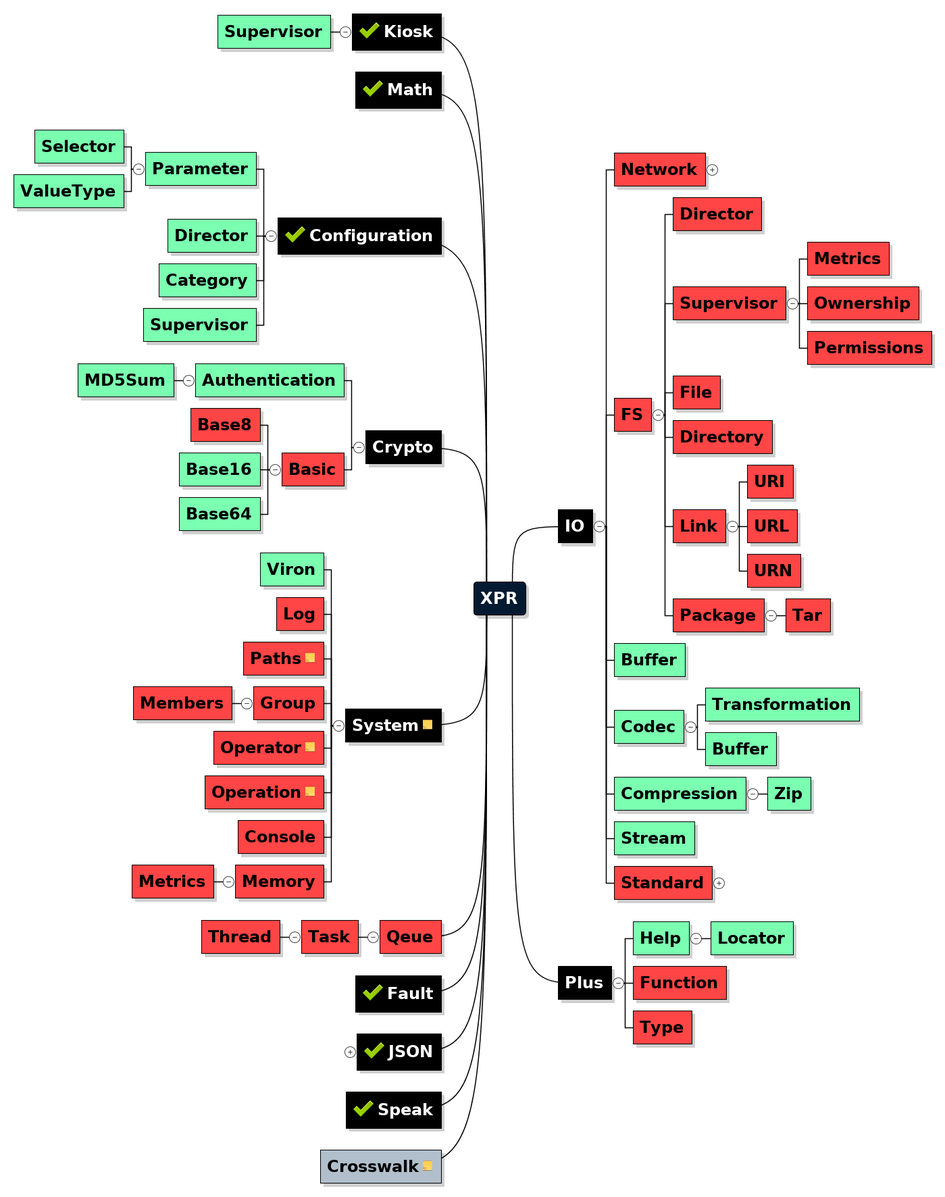
Above: XPR-MAP.png in hypersoft/XPR (Mermaid), before the change. Its source is kept beside it as XPR-MAP.mmd.
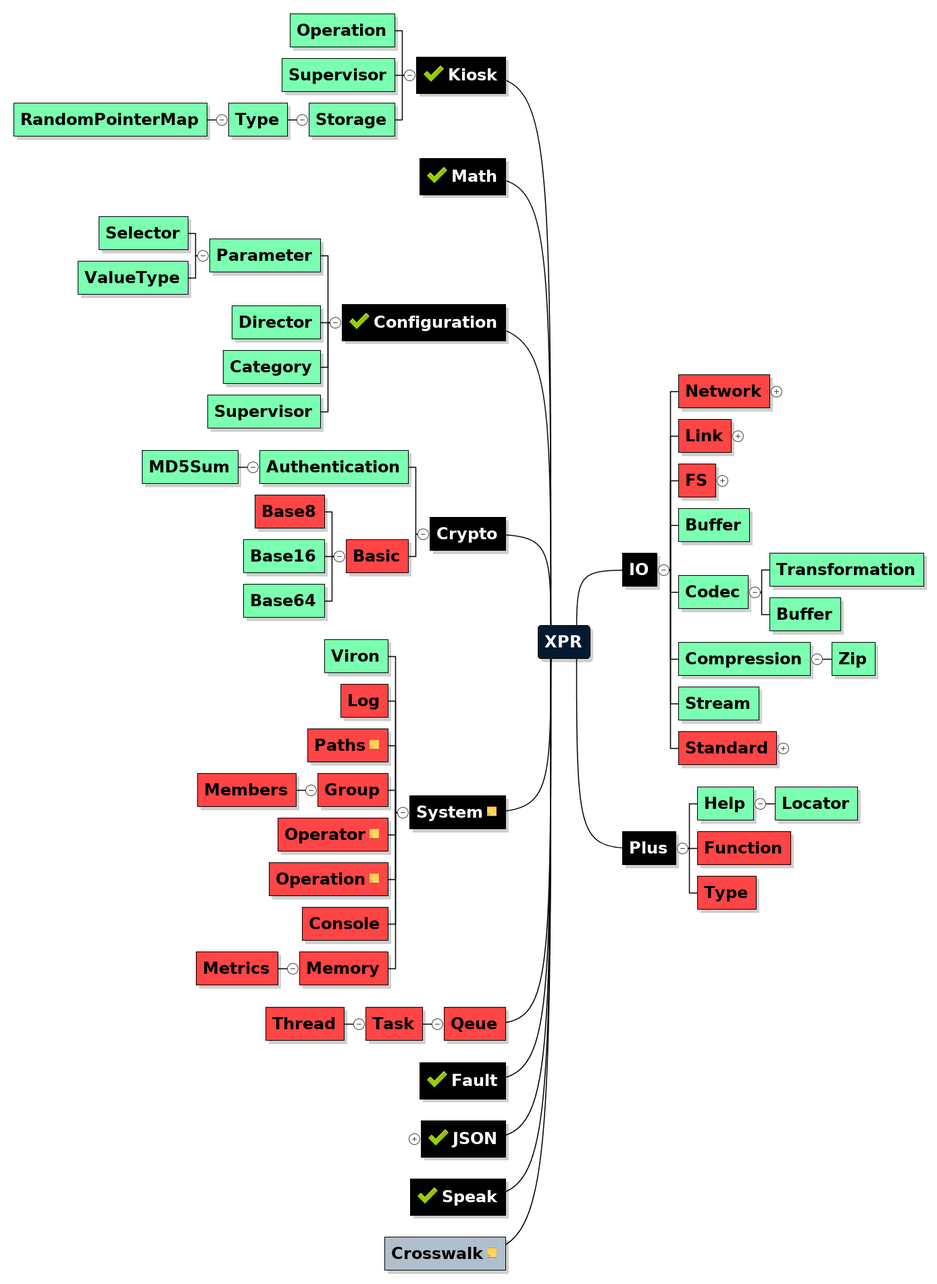
Above is the later version.

Commit message:
Layout Changes + Buffer & Stream ports

The edit, as a diff of the source:
```diff
@@ -8,7 +8,23 @@
 > fillColor=`#000000`,leftSide=`true`,mmd.emoticon=`tick`,textColor=`#FFFFFF`
 
 
+### Operation
+> fillColor=`#7BFFB0`,textColor=`#000000`
+
+
 ### Supervisor
+> fillColor=`#7BFFB0`,textColor=`#000000`
+
+
+### Storage
+> fillColor=`#7BFFB0`,textColor=`#000000`
+
+
+#### Type
+> fillColor=`#7BFFB0`,textColor=`#000000`
+
+
+##### RandomPointerMap
 > fillColor=`#7BFFB0`,textColor=`#000000`
 
 
@@ -57,11 +73,11 @@
 
 
 #### Connection
-> fillColor=`#FF4545`
+> collapsed=`true`,fillColor=`#FF4545`
 
 
 ##### Protocol
-> fillColor=`#FF4545`
+> collapsed=`true`,fillColor=`#FF4545`
 
 
 ###### TCP
@@ -73,11 +89,11 @@
 
 
 #### Services
-> fillColor=`#FF4545`
+> collapsed=`true`,fillColor=`#FF4545`
 
 
 ##### HTTP
-> fillColor=`#FF4545`
+> collapsed=`true`,fillColor=`#FF4545`
 
 
 ###### Server
@@ -93,15 +109,31 @@
 
 
 #### Socket
-> fillColor=`#FF4545`
+> collapsed=`true`,fillColor=`#FF4545`
 
 
 ##### Port
 > fillColor=`#FF4545`
 
 
+### Link
+> collapsed=`true`,fillColor=`#FF4545`
+
+
+#### URI
+> collapsed=`true`,fillColor=`#FF4545`
+
+
+#### URL
+> collapsed=`true`,fillColor=`#FF4545`
+
+
+#### URN
+> fillColor=`#FF4545`
+
+
 ### FS
-> fillColor=`#FF4545`
+> collapsed=`true`,fillColor=`#FF4545`
 
 
 #### Director
@@ -109,7 +141,7 @@
 
 
 #### Supervisor
-> fillColor=`#FF4545`
+> collapsed=`true`,fillColor=`#FF4545`
 
 
 ##### Metrics
@@ -132,24 +164,8 @@
 > fillColor=`#FF4545`
 
 
-#### Link
-> fillColor=`#FF4545`
-
-
-##### URI
+#### Package
 > collapsed=`true`,fillColor=`#FF4545`
-
-
-##### URL
-> collapsed=`true`,fillColor=`#FF4545`
-
-
-##### URN
-> fillColor=`#FF4545`
-
-
-#### Package
-> fillColor=`#FF4545`
 
 
 ##### Tar
```
